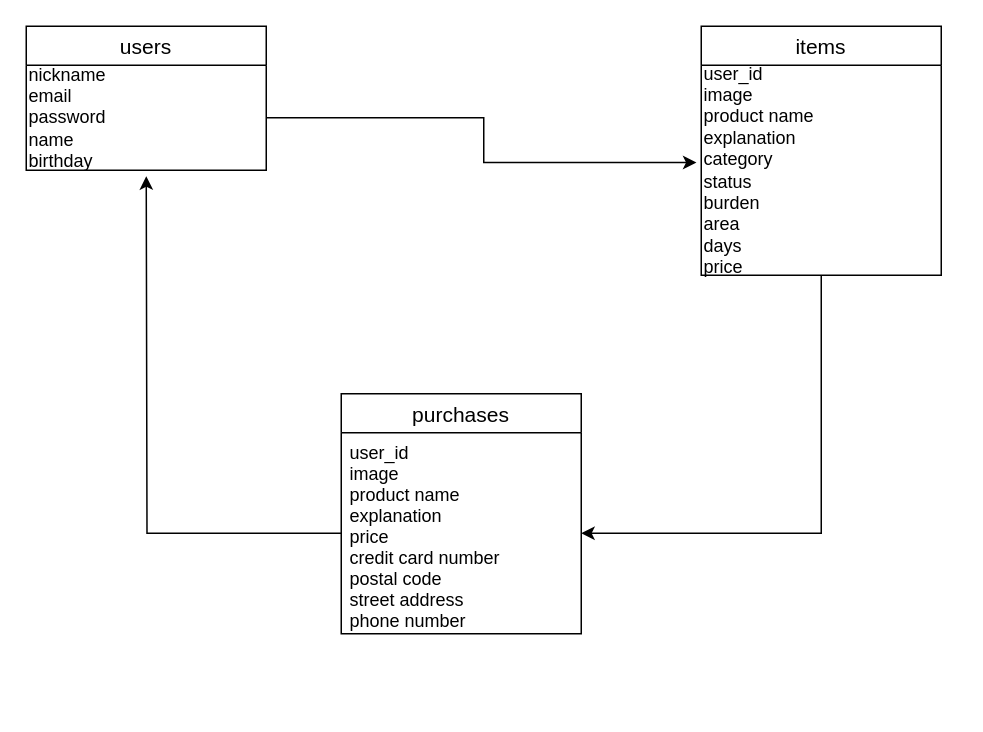
The draw.io diagram ER.dio in yuki-nakagawa77/furima-32017, before the edit. Source tidied: cells renumbered, new cells numbered last; positions are measured from the earlier drawing's top-left corner, leaving out a move shared by most shapes. Both pictures are drawn from the tidied source at 150%, with x=0, y=0 at pixel (26, 26).
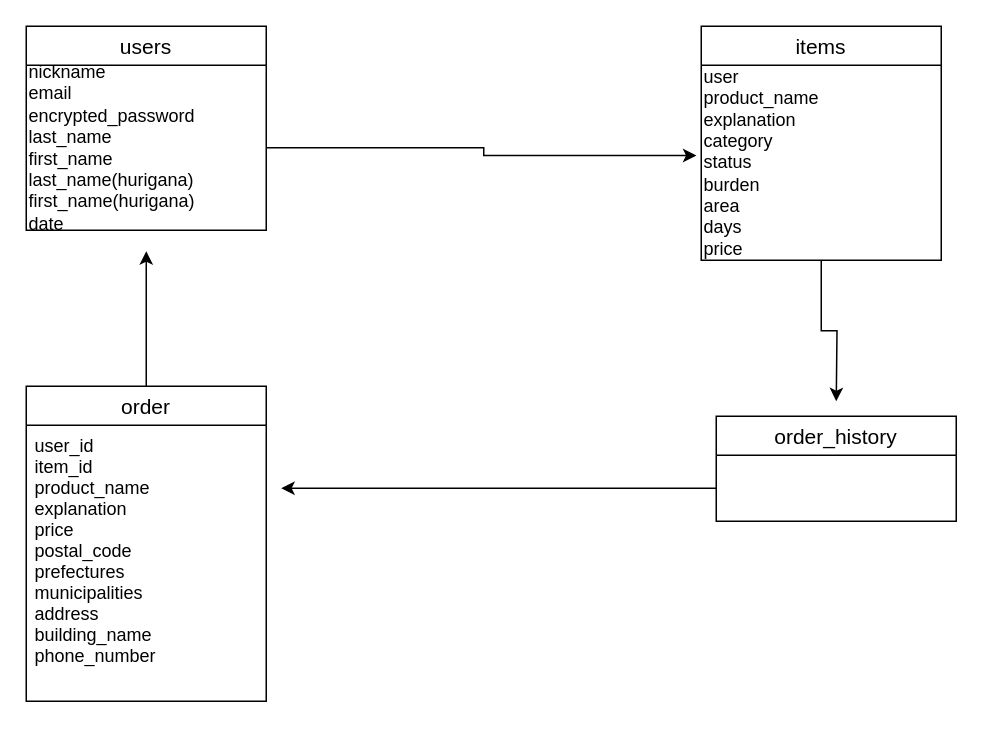
The same diagram, later.

The edit, as a diff of the source:
```diff
@@
 <mxGraphModel>
   <root>
     <mxCell id="0" />
     <mxCell id="1" parent="0" />
     <mxCell id="2" value="items" style="swimlane;fontStyle=0;horizontal=1;startSize=26;align=center;fontSize=14;rotation=0;" parent="1" vertex="1">
-      <mxGeometry x="450" width="160" height="166" as="geometry" />
+      <mxGeometry x="450" width="160" height="156" as="geometry" />
     </mxCell>
-    <mxCell id="3" value="user_id&lt;br&gt;image&lt;br&gt;product name&lt;br&gt;explanation&lt;br&gt;category&lt;br&gt;status&lt;br&gt;burden&lt;br&gt;area&lt;br&gt;days&lt;br&gt;price" style="text;html=1;align=left;verticalAlign=middle;points=[];" parent="2" vertex="1">
-      <mxGeometry y="26" width="160" height="140" as="geometry" />
+    <mxCell id="3" value="user&lt;br&gt;product_name&lt;br&gt;explanation&lt;br&gt;category&lt;br&gt;status&lt;br&gt;burden&lt;br&gt;area&lt;br&gt;days&lt;br&gt;price" style="text;html=1;align=left;verticalAlign=middle;points=[];" parent="2" vertex="1">
+      <mxGeometry y="26" width="160" height="130" as="geometry" />
     </mxCell>
     <mxCell id="4" value="users" style="swimlane;fontStyle=0;horizontal=1;startSize=26;align=center;fontSize=14;" parent="1" vertex="1">
-      <mxGeometry width="160" height="96" as="geometry" />
+      <mxGeometry width="160" height="136" as="geometry" />
     </mxCell>
-    <mxCell id="5" value="nickname&lt;br&gt;email&lt;br&gt;password&lt;br&gt;name&lt;br&gt;birthday" style="text;html=1;align=left;verticalAlign=middle;points=[];" parent="4" vertex="1">
-      <mxGeometry y="26" width="160" height="70" as="geometry" />
+    <mxCell id="5" value="nickname&lt;br&gt;email&lt;br&gt;encrypted_password&lt;br&gt;last_name&lt;br&gt;first_name&lt;br&gt;last_name(hurigana)&lt;br&gt;first_name(hurigana)&lt;br&gt;date" style="text;html=1;align=left;verticalAlign=middle;points=[];" parent="4" vertex="1">
+      <mxGeometry y="26" width="160" height="110" as="geometry" />
     </mxCell>
+    <mxCell id="9" style="edgeStyle=orthogonalEdgeStyle;rounded=0;jettySize=auto;html=1;entryX=-0.02;entryY=0.463;entryDx=0;entryDy=0;entryPerimeter=0;" parent="1" edge="1" source="5" target="3">
+      <mxGeometry relative="1" as="geometry" />
+    </mxCell>
+    <mxCell id="11" style="edgeStyle=orthogonalEdgeStyle;rounded=0;jettySize=auto;html=1;" parent="1" edge="1" source="6">
+      <mxGeometry relative="1" as="geometry">
+        <mxPoint x="80" y="150" as="targetPoint" />
+      </mxGeometry>
+    </mxCell>
-    <mxCell id="6" value="purchases" style="swimlane;fontStyle=0;horizontal=1;startSize=26;align=center;fontSize=14;" parent="1" vertex="1">
-      <mxGeometry x="210" y="245" width="160" height="160" as="geometry" />
+    <mxCell id="6" value="order" style="swimlane;fontStyle=0;horizontal=1;startSize=26;align=center;fontSize=14;" parent="1" vertex="1">
+      <mxGeometry y="240" width="160" height="210" as="geometry" />
     </mxCell>
-    <mxCell id="7" value="user_id&#10;image&#10;product name&#10;explanation&#10;price&#10;credit card number&#10;postal code&#10;street address&#10;phone number" style="text;strokeColor=none;fillColor=none;spacingLeft=4;spacingRight=4;overflow=hidden;points=[[0,0.5],[1,0.5]];portConstraint=eastwest;fontSize=12;" parent="6" vertex="1">
-      <mxGeometry y="26" width="160" height="134" as="geometry" />
+    <mxCell id="7" value="user_id&#10;item_id&#10;product_name&#10;explanation&#10;price&#10;postal_code&#10;prefectures&#10;municipalities&#10;address&#10;building_name&#10;phone_number" style="text;strokeColor=none;fillColor=none;spacingLeft=4;spacingRight=4;overflow=hidden;points=[[0,0.5],[1,0.5]];portConstraint=eastwest;fontSize=12;" parent="6" vertex="1">
+      <mxGeometry y="26" width="160" height="184" as="geometry" />
     </mxCell>
-    <mxCell id="8" style="edgeStyle=orthogonalEdgeStyle;rounded=0;jettySize=auto;html=1;" parent="1" edge="1" source="7">
-      <mxGeometry relative="1" as="geometry">
-        <mxPoint x="80" y="100" as="targetPoint" />
-      </mxGeometry>
-    </mxCell>
-    <mxCell id="9" style="edgeStyle=orthogonalEdgeStyle;rounded=0;jettySize=auto;html=1;entryX=-0.02;entryY=0.463;entryDx=0;entryDy=0;entryPerimeter=0;" parent="1" edge="1" source="5" target="3">
-      <mxGeometry relative="1" as="geometry" />
-    </mxCell>
-    <mxCell id="10" style="edgeStyle=orthogonalEdgeStyle;rounded=0;jettySize=auto;html=1;entryX=1;entryY=0.5;entryDx=0;entryDy=0;" parent="1" edge="1" source="3" target="7">
-      <mxGeometry relative="1" as="geometry" />
-    </mxCell>
+    <mxCell id="12" value="order_history" style="swimlane;fontStyle=0;horizontal=1;startSize=26;align=center;fontSize=14;" parent="1" vertex="1">
+      <mxGeometry x="460" y="260" width="160" height="70" as="geometry" />
+    </mxCell>
+    <mxCell id="13" style="edgeStyle=orthogonalEdgeStyle;rounded=0;jettySize=auto;html=1;" parent="1" edge="1" source="3">
+      <mxGeometry relative="1" as="geometry">
+        <mxPoint x="540" y="250" as="targetPoint" />
+      </mxGeometry>
+    </mxCell>
+    <mxCell id="14" style="edgeStyle=orthogonalEdgeStyle;rounded=0;orthogonalLoop=1;jettySize=auto;html=1;" parent="1" edge="1">
+      <mxGeometry relative="1" as="geometry">
+        <mxPoint x="460" y="308" as="sourcePoint" />
+        <mxPoint x="170" y="308" as="targetPoint" />
+      </mxGeometry>
+    </mxCell>
   </root>
 </mxGraphModel>
```
